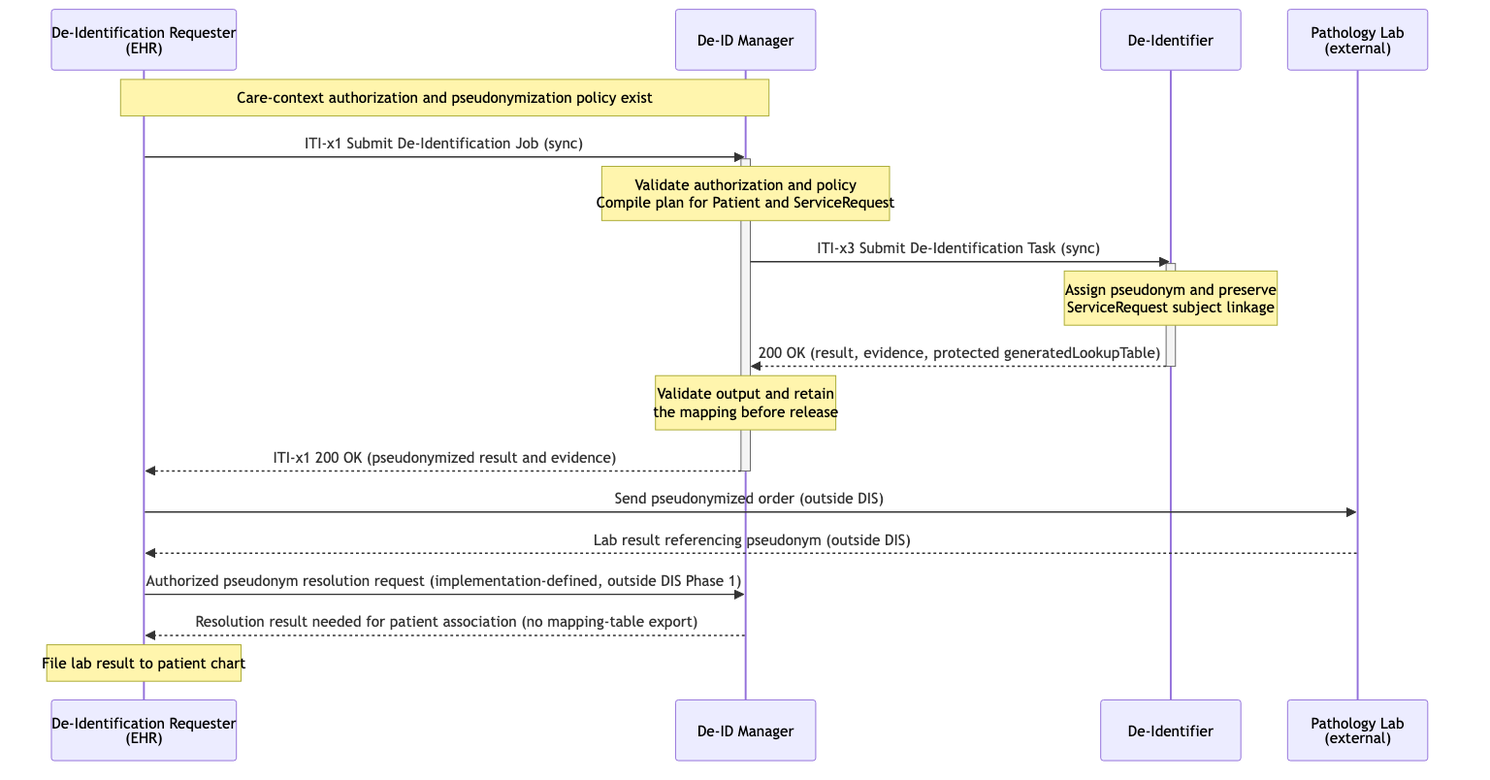
Before: input/images/dis-uc3-clinical-pathology.png, a diagram exported from Mermaid (IHE/ITI.DIS). Its source is kept beside it as input/images-source/dis-uc3-clinical-pathology.mmd.
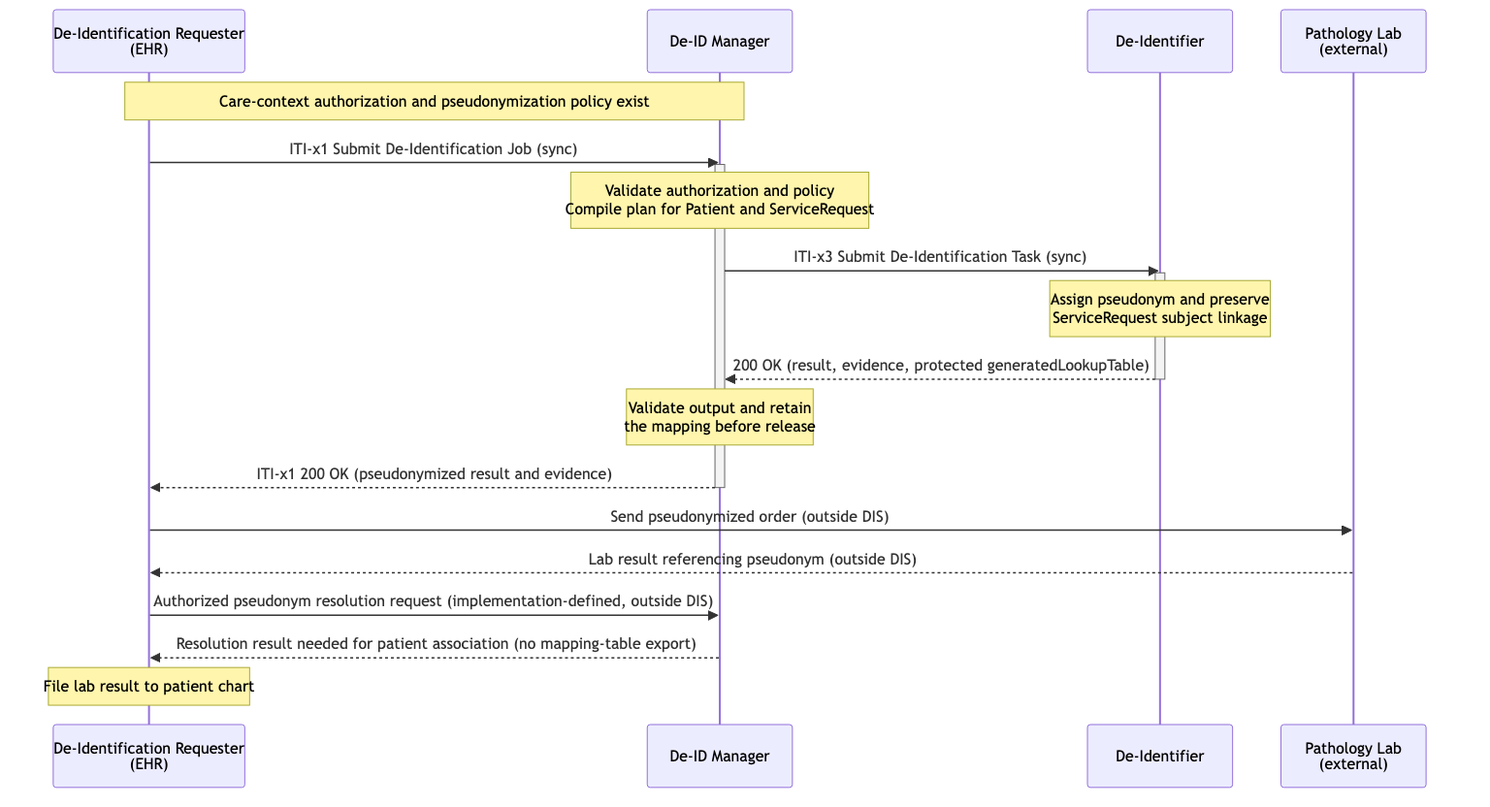
The same diagram one commit later.

What changed in the source:
```diff
@@ -22,6 +22,6 @@
 
     EHR->>LAB: Send pseudonymized order (outside DIS)
     LAB-->>EHR: Lab result referencing pseudonym (outside DIS)
-    EHR->>MGR: Authorized pseudonym resolution request (implementation-defined, outside DIS Phase 1)
+    EHR->>MGR: Authorized pseudonym resolution request (implementation-defined, outside DIS)
     MGR-->>EHR: Resolution result needed for patient association (no mapping-table export)
     Note over EHR: File lab result to patient chart
```
